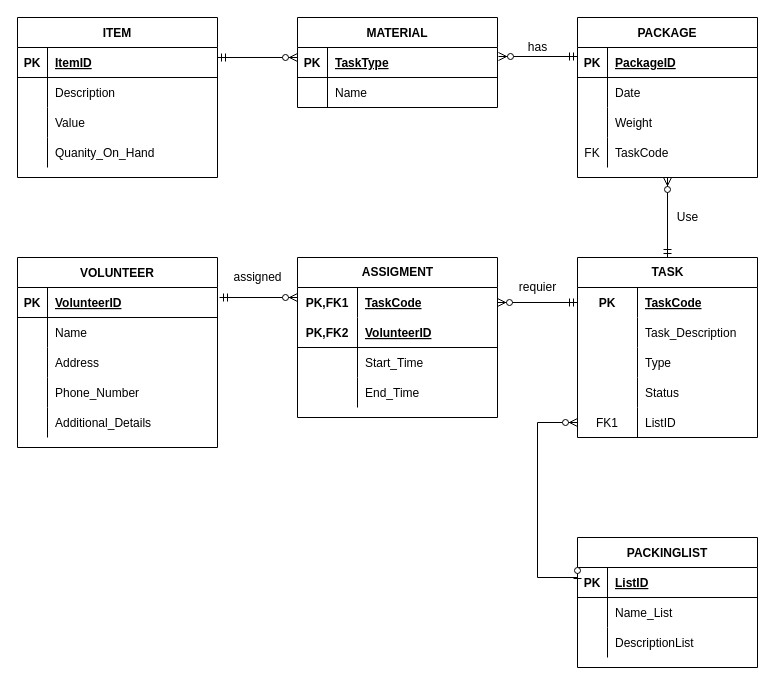
VehabK/a07_erds keeps this draw.io diagram as Untitled Diagram.drawio. Above is the earlier version. Source tidied: cells renumbered, new cells numbered last; positions are measured from the earlier drawing's top-left corner, leaving out a move shared by most shapes. Both pictures are drawn from the tidied source at 100%, with x=0, y=0 at pixel (17, 17).
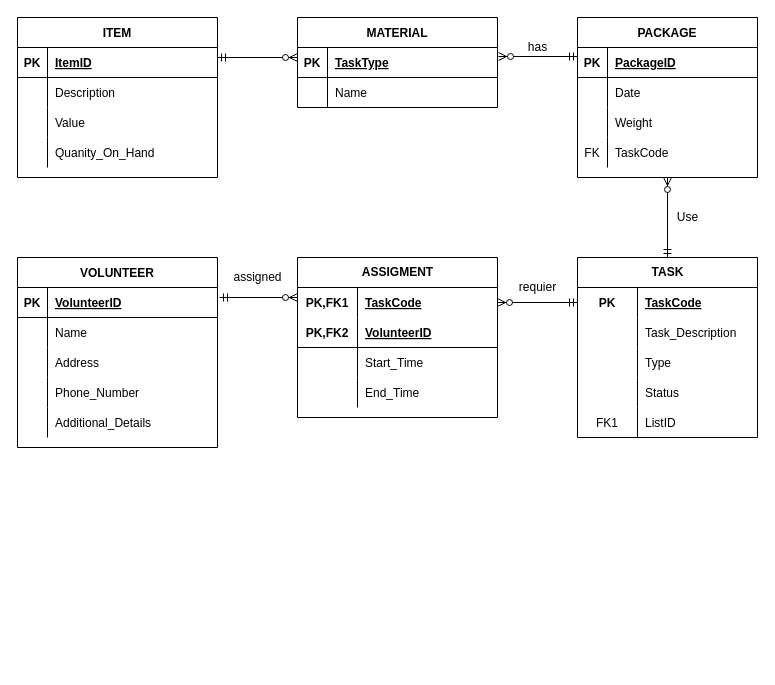
Above is the later version.

The change refers to these unchanged cells:
```xml
<mxCell id="77" style="shape=partialRectangle;fillColor=none;top=0;left=0;bottom=0;right=0;points=[[0,0.5],[1,0.5]];portConstraint=eastwest;" parent="64" vertex="1">
  <mxGeometry y="150" width="180" height="30" as="geometry" />
</mxCell>
```

Change to the diagram source:
```diff
@@
-    <mxCell id="80" value="PACKINGLIST" style="shape=table;startSize=30;childLayout=tableLayout;rowLines=0;fontStyle=1;align=center;" parent="1" vertex="1">
-      <mxGeometry x="560" y="520" width="180" height="130" as="geometry" />
-    </mxCell>
-    <mxCell id="81" style="shape=partialRectangle;fillColor=none;top=0;left=0;bottom=1;right=0;points=[[0,0.5],[1,0.5]];portConstraint=eastwest;" parent="80" vertex="1">
-      <mxGeometry y="30" width="180" height="30" as="geometry" />
-    </mxCell>
-    <mxCell id="82" value="PK" style="shape=partialRectangle;fillColor=none;top=0;left=0;bottom=0;right=0;fontStyle=1;overflow=hidden;" parent="81" vertex="1">
-      <mxGeometry width="30" height="30" as="geometry" />
-    </mxCell>
-    <mxCell id="83" value="ListID" style="shape=partialRectangle;fillColor=none;top=0;left=0;bottom=0;right=0;align=left;spacingLeft=6;fontStyle=5;overflow=hidden;" parent="81" vertex="1">
-      <mxGeometry x="30" width="150" height="30" as="geometry" />
-    </mxCell>
-    <mxCell id="84" style="shape=partialRectangle;fillColor=none;top=0;left=0;bottom=0;right=0;" parent="80" vertex="1">
-      <mxGeometry y="60" width="180" height="30" as="geometry" />
-    </mxCell>
-    <mxCell id="85" style="shape=partialRectangle;fillColor=none;top=0;left=0;bottom=0;right=0;overflow=hidden;" parent="84" vertex="1">
-      <mxGeometry width="30" height="30" as="geometry" />
-    </mxCell>
-    <mxCell id="86" value="Name_List" style="shape=partialRectangle;fillColor=none;top=0;left=0;bottom=0;right=0;align=left;spacingLeft=6;overflow=hidden;" parent="84" vertex="1">
-      <mxGeometry x="30" width="150" height="30" as="geometry" />
-    </mxCell>
-    <mxCell id="87" style="shape=partialRectangle;fillColor=none;top=0;left=0;bottom=0;right=0;" parent="80" vertex="1">
-      <mxGeometry y="90" width="180" height="30" as="geometry" />
-    </mxCell>
-    <mxCell id="88" style="shape=partialRectangle;fillColor=none;top=0;left=0;bottom=0;right=0;overflow=hidden;" parent="87" vertex="1">
-      <mxGeometry width="30" height="30" as="geometry" />
-    </mxCell>
-    <mxCell id="89" value="DescriptionList" style="shape=partialRectangle;fillColor=none;top=0;left=0;bottom=0;right=0;align=left;spacingLeft=6;overflow=hidden;" parent="87" vertex="1">
-      <mxGeometry x="30" width="150" height="30" as="geometry" />
-    </mxCell>
@@
-    <mxCell id="94" style="edgeStyle=orthogonalEdgeStyle;fontSize=12;html=1;endArrow=ERzeroToMany;startArrow=ERzeroToOne;rounded=0;entryX=0;entryY=0.5;entryDx=0;entryDy=0;exitX=0;exitY=0.5;exitDx=0;exitDy=0;" parent="1" edge="1" source="81" target="77">
-      <mxGeometry relative="1" as="geometry">
-        <Array as="points">
-          <mxPoint x="560" y="560" />
-          <mxPoint x="520" y="560" />
-          <mxPoint x="520" y="405" />
-        </Array>
-      </mxGeometry>
-    </mxCell>
```
